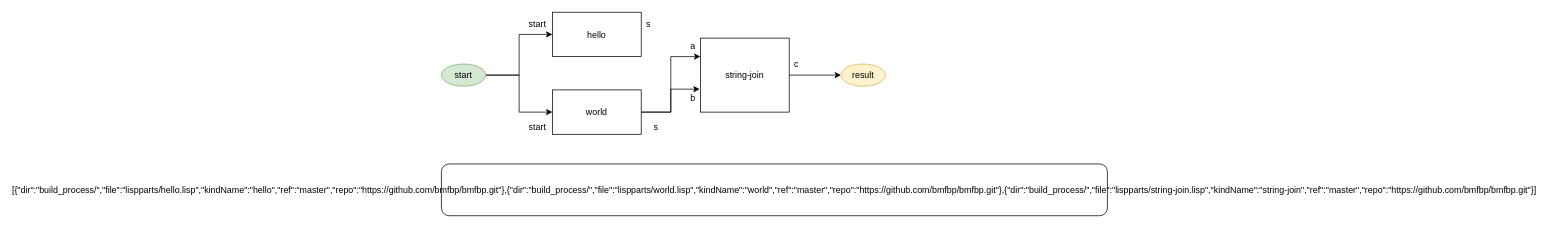
Earlier version of the draw.io diagram build_process/parts/diagram/worldhello.drawio (bmfbp/bmfbp). Source tidied: cells renumbered, new cells numbered last; positions are measured from the earlier drawing's top-left corner, leaving out a move shared by most shapes. Both pictures are drawn from the tidied source at 74%, with x=0, y=0 at pixel (441, 12).
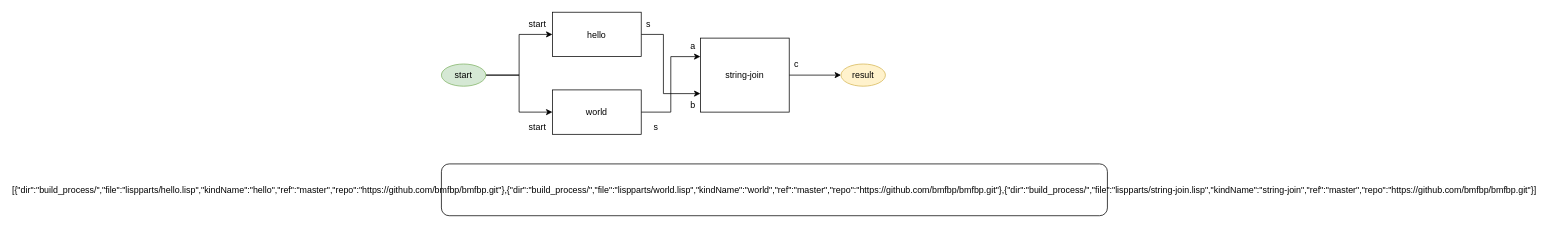
The same diagram, later.

The change refers to these unchanged cells:
```xml
<mxCell id="2" value="hello" style="rounded=0;" parent="1" vertex="1">
  <mxGeometry x="150" width="120" height="60" as="geometry" />
</mxCell>
<mxCell id="5" value="world" style="rounded=0;" parent="1" vertex="1">
  <mxGeometry x="150" y="105" width="120" height="60" as="geometry" />
</mxCell>
<mxCell id="7" value="string-join" style="rounded=0;" parent="1" vertex="1">
  <mxGeometry x="350" y="35" width="120" height="100" as="geometry" />
</mxCell>
```

Change to the diagram source:
```diff
@@
+    <mxCell id="20" style="edgeStyle=orthogonalEdgeStyle;rounded=0;jettySize=auto;html=1;exitX=1;exitY=0.5;exitDx=0;exitDy=0;entryX=0;entryY=0.75;entryDx=0;entryDy=0;" parent="1" edge="1" source="2" target="7">
+      <mxGeometry relative="1" as="geometry">
+        <Array as="points">
+          <mxPoint x="300" y="30" />
+          <mxPoint x="300" y="110" />
+        </Array>
+      </mxGeometry>
+    </mxCell>
@@
-    <mxCell id="3" style="edgeStyle=orthogonalEdgeStyle;rounded=0;jettySize=auto;html=1;exitX=1;exitY=0.5;exitDx=0;exitDy=0;entryX=-0.008;entryY=0.69;entryDx=0;entryDy=0;entryPerimeter=0;" parent="1" edge="1" source="5" target="7">
-      <mxGeometry relative="1" as="geometry" />
-    </mxCell>
@@
     <mxCell id="12" value="b" style="text;strokeColor=none;fillColor=none;align=center;verticalAlign=middle;rounded=0;" parent="1" vertex="1">
-      <mxGeometry x="330" y="105" width="20" height="20" as="geometry" />
+      <mxGeometry x="330" y="115" width="20" height="20" as="geometry" />
     </mxCell>
```
